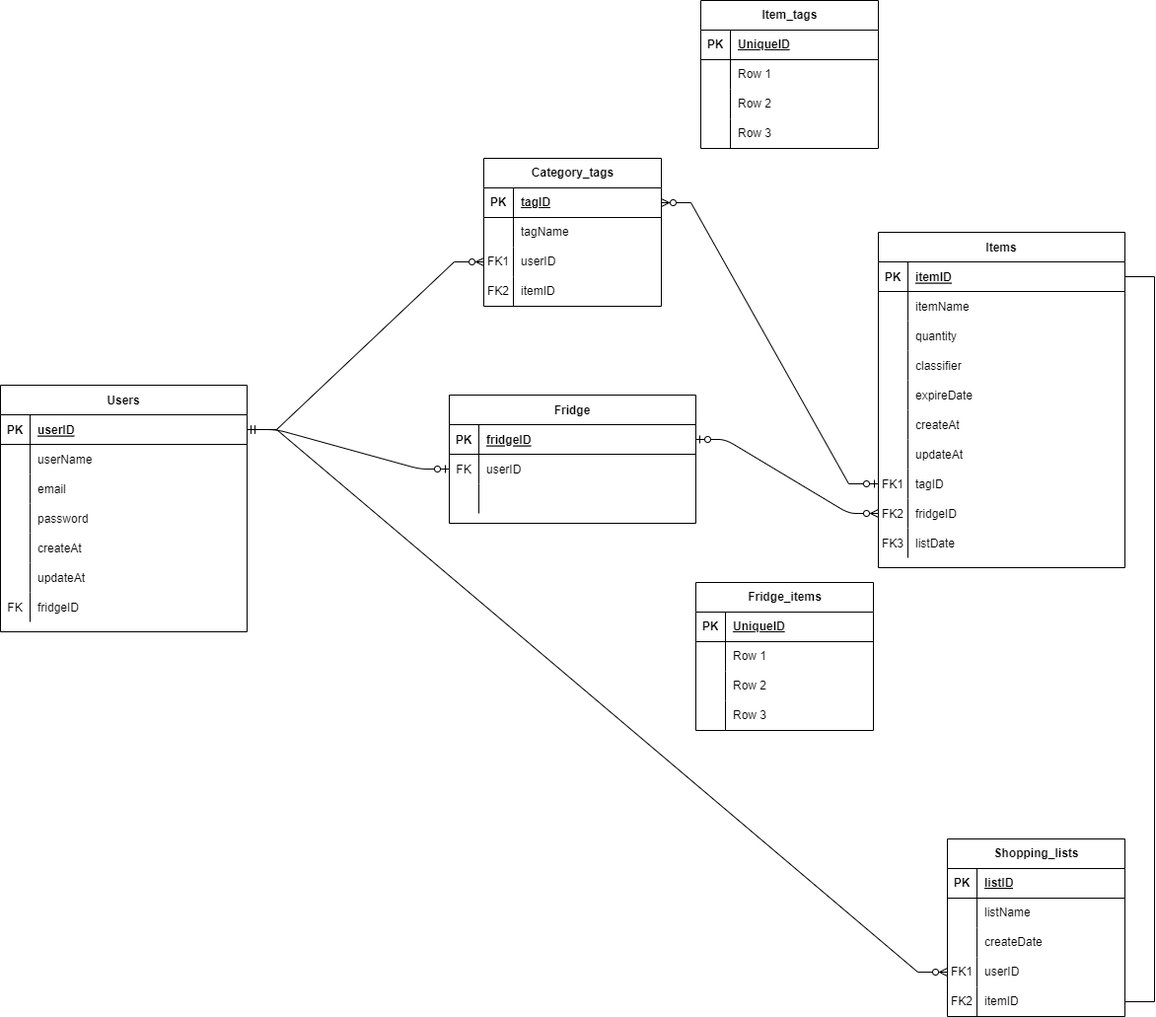
The draw.io diagram diagrams/database design.drawio.png in endofheat/go-fridge, before a commit. Source tidied: cells renumbered, new cells last; positions are measured from the earlier drawing's top-left corner, leaving out a move shared by most shapes.
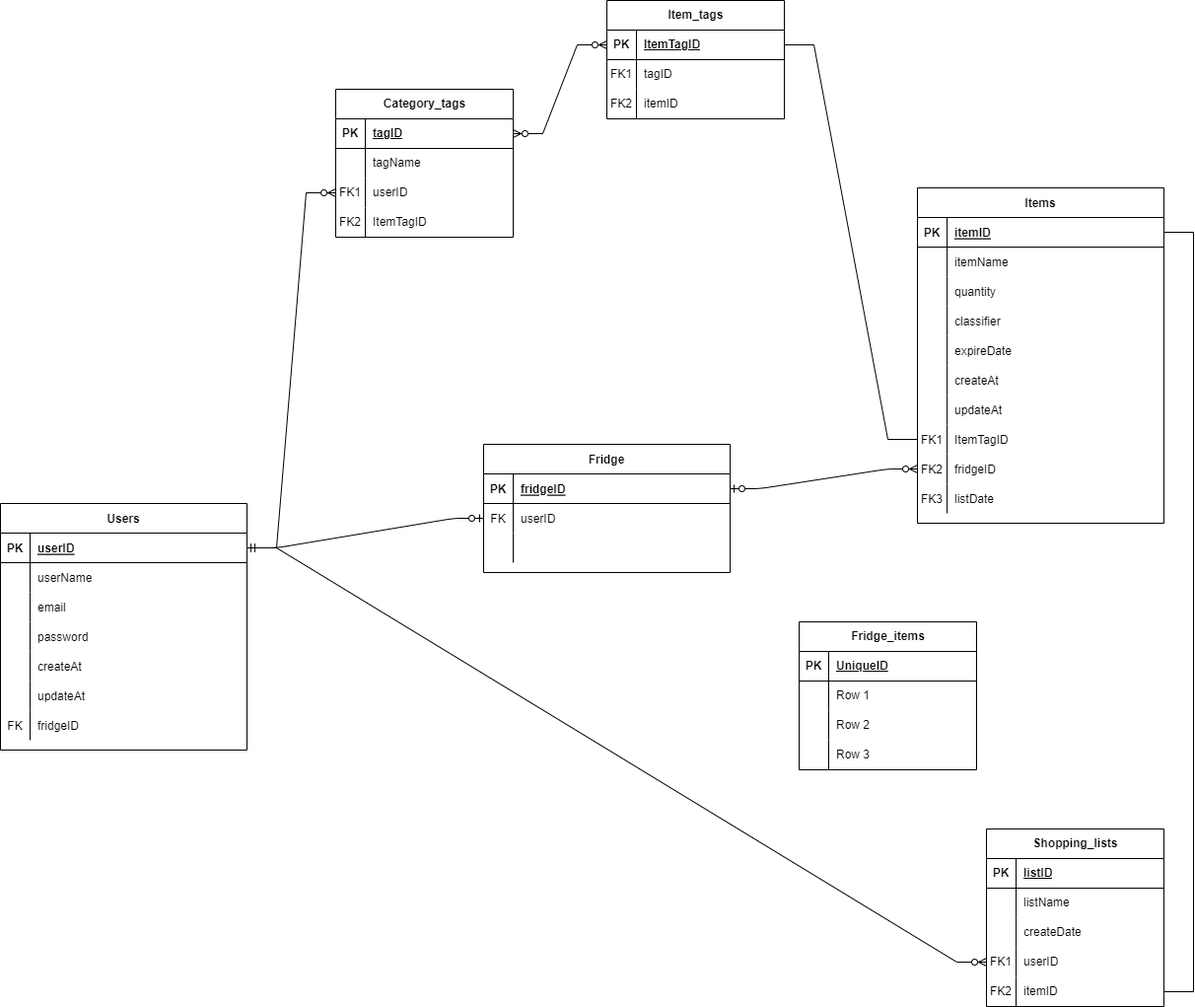
Later version of the same file.

The edit, as a diff of the source:
```diff
@@ -9,7 +9,7 @@
       <mxGeometry relative="1" as="geometry" />
     </mxCell>
     <mxCell id="4" value="Fridge" style="shape=table;startSize=30;rowLines=0;fontStyle=1;align=center;" parent="1" vertex="1">
-      <mxGeometry x="455" y="400" width="250" height="130" as="geometry" />
+      <mxGeometry x="450" y="330" width="250" height="130" as="geometry" />
     </mxCell>
     <mxCell id="5" style="shape=partialRectangle;fillColor=none;points=[[0,0.5],[1,0.5]];portConstraint=eastwest;top=0;left=0;right=0;bottom=1;" parent="4" vertex="1">
       <mxGeometry y="30" width="250" height="30" as="geometry" />
@@ -39,7 +39,7 @@
       <mxGeometry x="30" width="220" height="30" as="geometry" />
     </mxCell>
     <mxCell id="14" value="Items" style="shape=table;startSize=30;rowLines=0;fontStyle=1;align=center;" parent="1" vertex="1">
-      <mxGeometry x="890" y="235" width="250" height="340" as="geometry" />
+      <mxGeometry x="890" y="70" width="250" height="340" as="geometry" />
     </mxCell>
     <mxCell id="15" style="shape=partialRectangle;fillColor=none;points=[[0,0.5],[1,0.5]];portConstraint=eastwest;top=0;left=0;right=0;bottom=1;" parent="14" vertex="1">
       <mxGeometry y="30" width="250" height="30" as="geometry" />
@@ -110,7 +110,7 @@
     <mxCell id="37" value="FK1" style="shape=partialRectangle;overflow=hidden;fillColor=none;top=0;left=0;bottom=0;right=0;" parent="36" vertex="1">
       <mxGeometry width="30" height="30" as="geometry" />
     </mxCell>
-    <mxCell id="38" value="tagID" style="shape=partialRectangle;overflow=hidden;fillColor=none;top=0;left=0;bottom=0;right=0;align=left;spacingLeft=6;" parent="36" vertex="1">
+    <mxCell id="38" value="ItemTagID" style="shape=partialRectangle;overflow=hidden;fillColor=none;top=0;left=0;bottom=0;right=0;align=left;spacingLeft=6;" parent="36" vertex="1">
       <mxGeometry x="30" width="220" height="30" as="geometry" />
     </mxCell>
     <mxCell id="39" style="shape=partialRectangle;fillColor=none;points=[[0,0.5],[1,0.5]];portConstraint=eastwest;top=0;left=0;right=0;bottom=0;" parent="14" vertex="1">
@@ -132,7 +132,7 @@
       <mxGeometry x="30" width="220" height="30" as="geometry" />
     </mxCell>
     <mxCell id="45" value="Users" style="shape=table;startSize=30;rowLines=0;fontStyle=1;align=center;" parent="1" vertex="1">
-      <mxGeometry y="390" width="250" height="250" as="geometry" />
+      <mxGeometry x="-40" y="390" width="250" height="250" as="geometry" />
     </mxCell>
     <mxCell id="46" style="shape=partialRectangle;fillColor=none;points=[[0,0.5],[1,0.5]];portConstraint=eastwest;top=0;left=0;right=0;bottom=1;" parent="45" vertex="1">
       <mxGeometry y="30" width="250" height="30" as="geometry" />
@@ -198,7 +198,7 @@
       <mxGeometry x="30" width="220" height="30" as="geometry" />
     </mxCell>
     <mxCell id="67" value="Shopping_lists" style="shape=table;startSize=30;rowLines=0;fontStyle=1;align=center;html=1;" parent="1" vertex="1">
-      <mxGeometry x="960" y="850" width="180" height="180" as="geometry" />
+      <mxGeometry x="960" y="720" width="180" height="180" as="geometry" />
     </mxCell>
     <mxCell id="68" style="shape=tableRow;horizontal=0;startSize=0;swimlaneHead=0;swimlaneBody=0;fillColor=none;top=0;left=0;right=0;bottom=1;" parent="67" vertex="1">
       <mxGeometry y="30" width="180" height="30" as="geometry" />
@@ -246,7 +246,7 @@
       <mxGeometry x="30" width="150" height="30" as="geometry" />
     </mxCell>
     <mxCell id="83" value="Category_tags" style="shape=table;startSize=30;rowLines=0;fontStyle=1;align=center;html=1;" parent="1" vertex="1">
-      <mxGeometry x="490" y="160" width="180" height="150" as="geometry" />
+      <mxGeometry x="300" y="-30" width="180" height="150" as="geometry" />
     </mxCell>
     <mxCell id="84" style="shape=tableRow;horizontal=0;startSize=0;swimlaneHead=0;swimlaneBody=0;fillColor=none;points=[[0,0.5],[1,0.5]];portConstraint=eastwest;top=0;left=0;right=0;bottom=1;" parent="83" vertex="1">
       <mxGeometry y="30" width="180" height="30" as="geometry" />
@@ -281,7 +281,7 @@
     <mxCell id="94" value="FK2" style="shape=partialRectangle;fillColor=none;top=0;left=0;bottom=0;right=0;overflow=hidden;whiteSpace=wrap;html=1;" parent="93" vertex="1">
       <mxGeometry width="30" height="30" as="geometry" />
     </mxCell>
-    <mxCell id="95" value="itemID" style="shape=partialRectangle;fillColor=none;top=0;left=0;bottom=0;right=0;align=left;spacingLeft=6;overflow=hidden;whiteSpace=wrap;html=1;" parent="93" vertex="1">
+    <mxCell id="95" value="ItemTagID" style="shape=partialRectangle;fillColor=none;top=0;left=0;bottom=0;right=0;align=left;spacingLeft=6;overflow=hidden;whiteSpace=wrap;html=1;" parent="93" vertex="1">
       <mxGeometry x="30" width="150" height="30" as="geometry" />
     </mxCell>
     <mxCell id="96" style="endArrow=ERzeroToMany;html=1;rounded=0;entryX=0;entryY=0.5;entryDx=0;entryDy=0;exitX=1;exitY=0.5;exitDx=0;exitDy=0;edgeStyle=entityRelationEdgeStyle;startArrow=ERmandOne;startFill=0;endFill=0;" parent="1" edge="1" source="46" target="77">
@@ -290,14 +290,14 @@
     <mxCell id="97" style="endArrow=ERzeroToMany;html=1;rounded=0;edgeStyle=entityRelationEdgeStyle;entryX=0;entryY=0.5;entryDx=0;entryDy=0;exitX=1;exitY=0.5;exitDx=0;exitDy=0;startArrow=ERmandOne;startFill=0;endFill=0;" parent="1" edge="1" source="46" target="90">
       <mxGeometry relative="1" as="geometry" />
     </mxCell>
-    <mxCell id="98" style="endArrow=ERzeroToOne;html=1;rounded=0;entryX=0;entryY=0.5;entryDx=0;entryDy=0;exitX=1;exitY=0.5;exitDx=0;exitDy=0;edgeStyle=entityRelationEdgeStyle;startArrow=ERzeroToMany;startFill=0;endFill=0;" parent="1" edge="1" source="84" target="36">
+    <mxCell id="98" style="endArrow=ERzeroToMany;html=1;rounded=0;exitX=1;exitY=0.5;exitDx=0;exitDy=0;edgeStyle=entityRelationEdgeStyle;startArrow=ERzeroToMany;startFill=0;endFill=0;entryX=0;entryY=0.5;entryDx=0;entryDy=0;" parent="1" edge="1" source="84" target="114">
       <mxGeometry relative="1" as="geometry" />
     </mxCell>
     <mxCell id="99" style="endArrow=none;html=1;rounded=0;exitX=1;exitY=0.5;exitDx=0;exitDy=0;entryX=1;entryY=0.5;entryDx=0;entryDy=0;edgeStyle=entityRelationEdgeStyle;" parent="1" edge="1" source="15" target="80">
       <mxGeometry relative="1" as="geometry" />
     </mxCell>
     <mxCell id="100" value="Fridge_items" style="shape=table;startSize=30;rowLines=0;fontStyle=1;align=center;html=1;" parent="1" vertex="1">
-      <mxGeometry x="705" y="590" width="180" height="150" as="geometry" />
+      <mxGeometry x="770" y="510" width="180" height="150" as="geometry" />
     </mxCell>
     <mxCell id="101" style="shape=tableRow;horizontal=0;startSize=0;swimlaneHead=0;swimlaneBody=0;fillColor=none;top=0;left=0;right=0;bottom=1;" parent="100" vertex="1">
       <mxGeometry y="30" width="180" height="30" as="geometry" />
@@ -336,7 +336,7 @@
       <mxGeometry x="30" width="150" height="30" as="geometry" />
     </mxCell>
     <mxCell id="113" value="Item_tags" style="shape=table;startSize=30;rowLines=0;fontStyle=1;align=center;html=1;" parent="1" vertex="1">
-      <mxGeometry x="710" width="180" height="150" as="geometry" />
+      <mxGeometry x="575" y="-120" width="180" height="120" as="geometry" />
     </mxCell>
     <mxCell id="114" style="shape=tableRow;horizontal=0;startSize=0;swimlaneHead=0;swimlaneBody=0;fillColor=none;points=[[0,0.5],[1,0.5]];portConstraint=eastwest;top=0;left=0;right=0;bottom=1;" parent="113" vertex="1">
       <mxGeometry y="30" width="180" height="30" as="geometry" />
@@ -344,35 +344,29 @@
     <mxCell id="115" value="PK" style="shape=partialRectangle;fillColor=none;top=0;left=0;bottom=0;right=0;fontStyle=1;overflow=hidden;whiteSpace=wrap;html=1;" parent="114" vertex="1">
       <mxGeometry width="30" height="30" as="geometry" />
     </mxCell>
-    <mxCell id="116" value="UniqueID" style="shape=partialRectangle;fillColor=none;top=0;left=0;bottom=0;right=0;align=left;spacingLeft=6;fontStyle=5;overflow=hidden;whiteSpace=wrap;html=1;" parent="114" vertex="1">
-      <mxGeometry x="30" width="150" height="30" as="geometry" />
-    </mxCell>
+    <mxCell id="126" value="ItemTagID" style="shape=partialRectangle;fillColor=none;top=0;left=0;bottom=0;right=0;align=left;spacingLeft=6;fontStyle=5;overflow=hidden;whiteSpace=wrap;html=1;" parent="114" vertex="1">
+      <mxGeometry x="30" width="150" height="30" as="geometry" />
+    </mxCell>
     <mxCell id="117" style="shape=tableRow;horizontal=0;startSize=0;swimlaneHead=0;swimlaneBody=0;fillColor=none;top=0;left=0;right=0;bottom=0;" parent="113" vertex="1">
       <mxGeometry y="60" width="180" height="30" as="geometry" />
     </mxCell>
-    <mxCell id="118" style="shape=partialRectangle;fillColor=none;top=0;left=0;bottom=0;right=0;overflow=hidden;whiteSpace=wrap;html=1;" parent="117" vertex="1">
-      <mxGeometry width="30" height="30" as="geometry" />
-    </mxCell>
-    <mxCell id="119" value="Row 1" style="shape=partialRectangle;fillColor=none;top=0;left=0;bottom=0;right=0;align=left;spacingLeft=6;overflow=hidden;whiteSpace=wrap;html=1;" parent="117" vertex="1">
-      <mxGeometry x="30" width="150" height="30" as="geometry" />
-    </mxCell>
+    <mxCell id="127" value="FK1" style="shape=partialRectangle;fillColor=none;top=0;left=0;bottom=0;right=0;overflow=hidden;whiteSpace=wrap;html=1;" parent="117" vertex="1">
+      <mxGeometry width="30" height="30" as="geometry" />
+    </mxCell>
+    <mxCell id="128" value="tagID" style="shape=partialRectangle;fillColor=none;top=0;left=0;bottom=0;right=0;align=left;spacingLeft=6;overflow=hidden;whiteSpace=wrap;html=1;" parent="117" vertex="1">
+      <mxGeometry x="30" width="150" height="30" as="geometry" />
+    </mxCell>
     <mxCell id="120" style="shape=tableRow;horizontal=0;startSize=0;swimlaneHead=0;swimlaneBody=0;fillColor=none;top=0;left=0;right=0;bottom=0;" parent="113" vertex="1">
       <mxGeometry y="90" width="180" height="30" as="geometry" />
     </mxCell>
-    <mxCell id="121" style="shape=partialRectangle;fillColor=none;top=0;left=0;bottom=0;right=0;overflow=hidden;whiteSpace=wrap;html=1;" parent="120" vertex="1">
-      <mxGeometry width="30" height="30" as="geometry" />
-    </mxCell>
-    <mxCell id="122" value="Row 2" style="shape=partialRectangle;fillColor=none;top=0;left=0;bottom=0;right=0;align=left;spacingLeft=6;overflow=hidden;whiteSpace=wrap;html=1;" parent="120" vertex="1">
-      <mxGeometry x="30" width="150" height="30" as="geometry" />
-    </mxCell>
-    <mxCell id="123" style="shape=tableRow;horizontal=0;startSize=0;swimlaneHead=0;swimlaneBody=0;fillColor=none;top=0;left=0;right=0;bottom=0;" parent="113" vertex="1">
-      <mxGeometry y="120" width="180" height="30" as="geometry" />
-    </mxCell>
-    <mxCell id="124" style="shape=partialRectangle;fillColor=none;top=0;left=0;bottom=0;right=0;overflow=hidden;whiteSpace=wrap;html=1;" parent="123" vertex="1">
-      <mxGeometry width="30" height="30" as="geometry" />
-    </mxCell>
-    <mxCell id="125" value="Row 3" style="shape=partialRectangle;fillColor=none;top=0;left=0;bottom=0;right=0;align=left;spacingLeft=6;overflow=hidden;whiteSpace=wrap;html=1;" parent="123" vertex="1">
-      <mxGeometry x="30" width="150" height="30" as="geometry" />
-    </mxCell>
+    <mxCell id="129" value="FK2" style="shape=partialRectangle;fillColor=none;top=0;left=0;bottom=0;right=0;overflow=hidden;whiteSpace=wrap;html=1;" parent="120" vertex="1">
+      <mxGeometry width="30" height="30" as="geometry" />
+    </mxCell>
+    <mxCell id="130" value="itemID" style="shape=partialRectangle;fillColor=none;top=0;left=0;bottom=0;right=0;align=left;spacingLeft=6;overflow=hidden;whiteSpace=wrap;html=1;" parent="120" vertex="1">
+      <mxGeometry x="30" width="150" height="30" as="geometry" />
+    </mxCell>
+    <mxCell id="131" style="endArrow=none;html=1;rounded=0;exitX=1;exitY=0.5;exitDx=0;exitDy=0;entryX=0;entryY=0.5;entryDx=0;entryDy=0;edgeStyle=entityRelationEdgeStyle;" parent="1" edge="1" source="114" target="36">
+      <mxGeometry relative="1" as="geometry" />
+    </mxCell>
   </root>
 </mxGraphModel>
```
